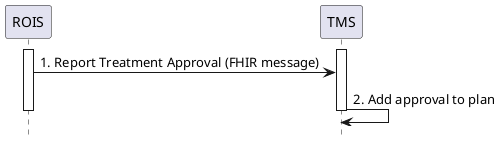
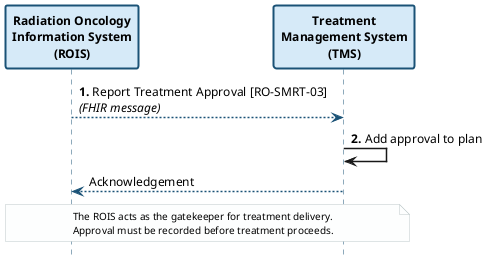
@startuml
skinparam svgDimensionStyle true
hide footbox
- participant "ROIS" as ROIS
- participant "TMS" as TMS
- activate ROIS
- activate TMS
- ROIS -> TMS : 1. Report Treatment Approval (FHIR message)
- TMS -> TMS : 2. Add approval to plan
- deactivate ROIS
- deactivate TMS
+ skinparam defaultFontName Arial
+ skinparam defaultFontSize 12
+ skinparam sequenceArrowThickness 1.5
+ skinparam sequenceParticipantBorderThickness 2
+ 
+ skinparam participant {
+   BackgroundColor #D6EAF8
+   BorderColor #1A5276
+   FontStyle bold
+ }
+ skinparam sequence {
+   LifeLineBorderColor #1A5276
+   LifeLineBackgroundColor #EBF5FB
+ }
+ skinparam note {
+   BackgroundColor #FDFEFE
+   BorderColor #BFC9CA
+   FontSize 10
+ }
+ 
+ participant "Radiation Oncology\nInformation System\n(ROIS)" as ROIS
+ participant "Treatment\nManagement System\n(TMS)" as TMS
+ 
+ ROIS -[#1A5276]-> TMS : **1.** Report Treatment Approval [RO-SMRT-03]\n<i>(FHIR message)</i>
+ TMS -> TMS : **2.** Add approval to plan
+ TMS --[#1A5276]--> ROIS : Acknowledgement
+ 
+ note over ROIS, TMS
+   The ROIS acts as the gatekeeper for treatment delivery.
+   Approval must be recorded before treatment proceeds.
+ end note
@enduml
